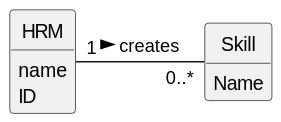
Earlier version of the PlantUML export docs/sprintA/us001/02.analysis/svg/us001-domain-model.svg (Departamento-de-Engenharia-Informatica/lei-24-s2-1do-g164). The source it was exported from:
```plantuml
@startuml
skinparam monochrome true
skinparam packageStyle rectangle
skinparam shadowing false

skinparam classAttributeIconSize 0

hide circle
hide methods


class Skill {
    Name
}

class HRM {
    name
    ID
}


HRM "1" - "0..*" Skill : creates >
@enduml
```
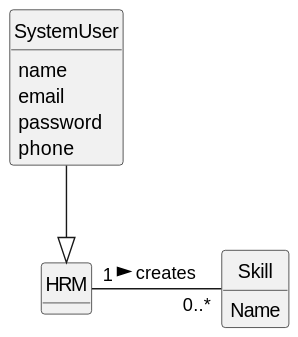
After the commit.

What changed in the source:
```diff
@@ -9,15 +9,23 @@
 hide methods
 
 
+class SystemUser {
+    name
+    email
+    password
+    phone
+
+}
+
 class Skill {
     Name
 }
 
 class HRM {
-    name
-    ID
+
 }
 
 
 HRM "1" - "0..*" Skill : creates >
+SystemUser --|> HRM
 @enduml
```
